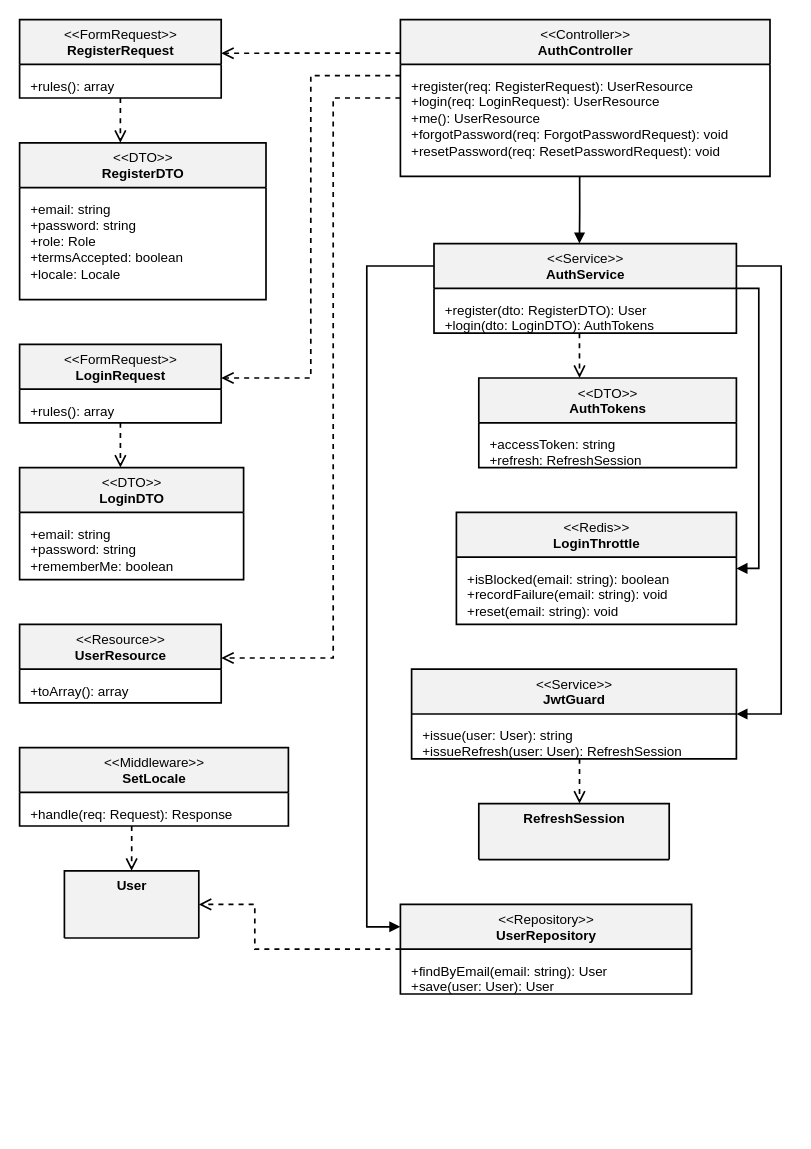
Earlier version of the draw.io diagram especificacao/diagramas/13-classes-area-a-implementacao-login.drawio (Plataforma-de-Cursos-TCC/plataforma-cursos-docs). Source tidied: cells renumbered, new cells numbered last; positions are measured from the earlier drawing's top-left corner, leaving out a move shared by most shapes. Both pictures are drawn from the tidied source at 112%, with x=0, y=0 at pixel (19, 19).
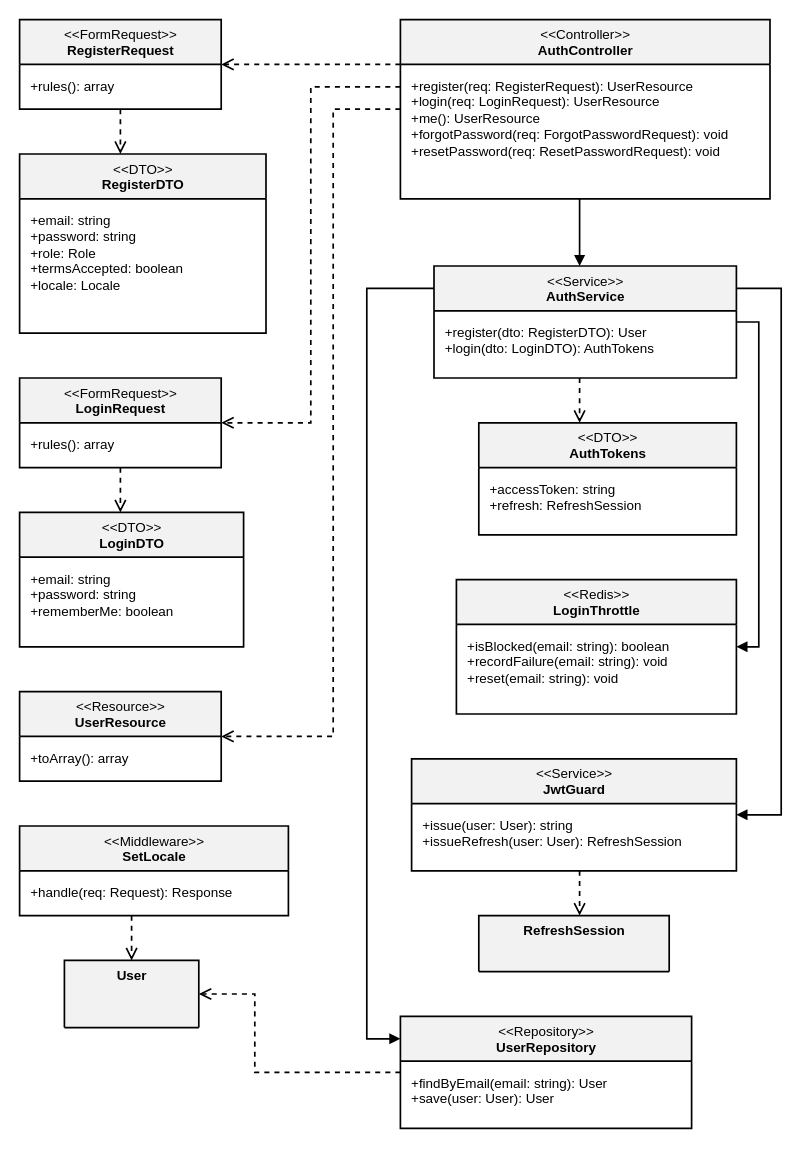
The same page after the edit.

Commit message (it also covers changes not shown here):
fix(classes): increase class compartment heights to avoid border clipping

Increase compartment heights across all classes (allocating 20 px per line
plus 10 px of breathing room) so that the bottom lines of methods and
attributes no longer touch or overlap the box bottom border. Re-route
orthogonal edge waypoints accordingly on the 10 px grid, preserving zero
line crossings and full text coincidence. Re-export the PNG from the
updated .drawio source.

Change to the diagram source:
```diff
@@
     <mxCell id="2" value="&amp;lt;&amp;lt;FormRequest&amp;gt;&amp;gt;&lt;br&gt;&lt;b&gt;RegisterRequest&lt;/b&gt;" style="swimlane;html=1;fontStyle=0;align=center;verticalAlign=top;startSize=40;fillColor=#F2F2F2;swimlaneFillColor=#FFFFFF;strokeColor=#000000;strokeWidth=1.5;fontFamily=Helvetica;fontSize=12;fontColor=#000000;rounded=0;" parent="1" vertex="1">
-      <mxGeometry width="180" height="70" as="geometry" />
+      <mxGeometry width="180" height="80" as="geometry" />
     </mxCell>
     <mxCell id="3" value="+rules(): array" style="text;html=1;align=left;verticalAlign=top;spacingLeft=8;spacingRight=8;spacingTop=6;fontSize=12;fontFamily=Helvetica;fontColor=#000000;strokeColor=none;fillColor=none;whiteSpace=wrap;" parent="2" vertex="1">
-      <mxGeometry y="40" width="180" height="30" as="geometry" />
+      <mxGeometry y="40" width="180" height="40" as="geometry" />
     </mxCell>
     <mxCell id="4" value="&amp;lt;&amp;lt;DTO&amp;gt;&amp;gt;&lt;br&gt;&lt;b&gt;RegisterDTO&lt;/b&gt;" style="swimlane;html=1;fontStyle=0;align=center;verticalAlign=top;startSize=40;fillColor=#F2F2F2;swimlaneFillColor=#FFFFFF;strokeColor=#000000;strokeWidth=1.5;fontFamily=Helvetica;fontSize=12;fontColor=#000000;rounded=0;" parent="1" vertex="1">
-      <mxGeometry y="110" width="220" height="140" as="geometry" />
+      <mxGeometry y="120" width="220" height="160" as="geometry" />
     </mxCell>
     <mxCell id="5" value="+email: string&lt;br&gt;+password: string&lt;br&gt;+role: Role&lt;br&gt;+termsAccepted: boolean&lt;br&gt;+locale: Locale" style="text;html=1;align=left;verticalAlign=top;spacingLeft=8;spacingRight=8;spacingTop=6;fontSize=12;fontFamily=Helvetica;fontColor=#000000;strokeColor=none;fillColor=none;whiteSpace=wrap;" parent="4" vertex="1">
-      <mxGeometry y="40" width="220" height="100" as="geometry" />
+      <mxGeometry y="40" width="220" height="120" as="geometry" />
     </mxCell>
     <mxCell id="6" value="&amp;lt;&amp;lt;FormRequest&amp;gt;&amp;gt;&lt;br&gt;&lt;b&gt;LoginRequest&lt;/b&gt;" style="swimlane;html=1;fontStyle=0;align=center;verticalAlign=top;startSize=40;fillColor=#F2F2F2;swimlaneFillColor=#FFFFFF;strokeColor=#000000;strokeWidth=1.5;fontFamily=Helvetica;fontSize=12;fontColor=#000000;rounded=0;" parent="1" vertex="1">
-      <mxGeometry y="290" width="180" height="70" as="geometry" />
+      <mxGeometry y="320" width="180" height="80" as="geometry" />
     </mxCell>
     <mxCell id="7" value="+rules(): array" style="text;html=1;align=left;verticalAlign=top;spacingLeft=8;spacingRight=8;spacingTop=6;fontSize=12;fontFamily=Helvetica;fontColor=#000000;strokeColor=none;fillColor=none;whiteSpace=wrap;" parent="6" vertex="1">
-      <mxGeometry y="40" width="180" height="30" as="geometry" />
+      <mxGeometry y="40" width="180" height="40" as="geometry" />
     </mxCell>
     <mxCell id="8" value="&amp;lt;&amp;lt;DTO&amp;gt;&amp;gt;&lt;br&gt;&lt;b&gt;LoginDTO&lt;/b&gt;" style="swimlane;html=1;fontStyle=0;align=center;verticalAlign=top;startSize=40;fillColor=#F2F2F2;swimlaneFillColor=#FFFFFF;strokeColor=#000000;strokeWidth=1.5;fontFamily=Helvetica;fontSize=12;fontColor=#000000;rounded=0;" parent="1" vertex="1">
-      <mxGeometry y="400" width="200" height="100" as="geometry" />
+      <mxGeometry y="440" width="200" height="120" as="geometry" />
     </mxCell>
     <mxCell id="9" value="+email: string&lt;br&gt;+password: string&lt;br&gt;+rememberMe: boolean" style="text;html=1;align=left;verticalAlign=top;spacingLeft=8;spacingRight=8;spacingTop=6;fontSize=12;fontFamily=Helvetica;fontColor=#000000;strokeColor=none;fillColor=none;whiteSpace=wrap;" parent="8" vertex="1">
-      <mxGeometry y="40" width="200" height="60" as="geometry" />
+      <mxGeometry y="40" width="200" height="80" as="geometry" />
     </mxCell>
     <mxCell id="10" value="&amp;lt;&amp;lt;Resource&amp;gt;&amp;gt;&lt;br&gt;&lt;b&gt;UserResource&lt;/b&gt;" style="swimlane;html=1;fontStyle=0;align=center;verticalAlign=top;startSize=40;fillColor=#F2F2F2;swimlaneFillColor=#FFFFFF;strokeColor=#000000;strokeWidth=1.5;fontFamily=Helvetica;fontSize=12;fontColor=#000000;rounded=0;" parent="1" vertex="1">
-      <mxGeometry y="540" width="180" height="70" as="geometry" />
+      <mxGeometry y="600" width="180" height="80" as="geometry" />
     </mxCell>
     <mxCell id="11" value="+toArray(): array" style="text;html=1;align=left;verticalAlign=top;spacingLeft=8;spacingRight=8;spacingTop=6;fontSize=12;fontFamily=Helvetica;fontColor=#000000;strokeColor=none;fillColor=none;whiteSpace=wrap;" parent="10" vertex="1">
-      <mxGeometry y="40" width="180" height="30" as="geometry" />
+      <mxGeometry y="40" width="180" height="40" as="geometry" />
     </mxCell>
     <mxCell id="12" value="&amp;lt;&amp;lt;Middleware&amp;gt;&amp;gt;&lt;br&gt;&lt;b&gt;SetLocale&lt;/b&gt;" style="swimlane;html=1;fontStyle=0;align=center;verticalAlign=top;startSize=40;fillColor=#F2F2F2;swimlaneFillColor=#FFFFFF;strokeColor=#000000;strokeWidth=1.5;fontFamily=Helvetica;fontSize=12;fontColor=#000000;rounded=0;" parent="1" vertex="1">
-      <mxGeometry y="650" width="240" height="70" as="geometry" />
+      <mxGeometry y="720" width="240" height="80" as="geometry" />
     </mxCell>
     <mxCell id="13" value="+handle(req: Request): Response" style="text;html=1;align=left;verticalAlign=top;spacingLeft=8;spacingRight=8;spacingTop=6;fontSize=12;fontFamily=Helvetica;fontColor=#000000;strokeColor=none;fillColor=none;whiteSpace=wrap;" parent="12" vertex="1">
-      <mxGeometry y="40" width="240" height="30" as="geometry" />
+      <mxGeometry y="40" width="240" height="40" as="geometry" />
     </mxCell>
     <mxCell id="14" value="&lt;b&gt;User&lt;/b&gt;" style="swimlane;html=1;fontStyle=0;align=center;verticalAlign=top;startSize=60;fillColor=#F2F2F2;swimlaneFillColor=#FFFFFF;strokeColor=#000000;strokeWidth=1.5;fontFamily=Helvetica;fontSize=12;fontColor=#000000;rounded=0;" parent="1" vertex="1">
-      <mxGeometry x="40" y="760" width="120" height="60" as="geometry" />
+      <mxGeometry x="40" y="840" width="120" height="60" as="geometry" />
     </mxCell>
     <mxCell id="15" value="&amp;lt;&amp;lt;Controller&amp;gt;&amp;gt;&lt;br&gt;&lt;b&gt;AuthController&lt;/b&gt;" style="swimlane;html=1;fontStyle=0;align=center;verticalAlign=top;startSize=40;fillColor=#F2F2F2;swimlaneFillColor=#FFFFFF;strokeColor=#000000;strokeWidth=1.5;fontFamily=Helvetica;fontSize=12;fontColor=#000000;rounded=0;" parent="1" vertex="1">
-      <mxGeometry x="340" width="330" height="140" as="geometry" />
+      <mxGeometry x="340" width="330" height="160" as="geometry" />
     </mxCell>
     <mxCell id="16" value="+register(req: RegisterRequest): UserResource&lt;br&gt;+login(req: LoginRequest): UserResource&lt;br&gt;+me(): UserResource&lt;br&gt;+forgotPassword(req: ForgotPasswordRequest): void&lt;br&gt;+resetPassword(req: ResetPasswordRequest): void" style="text;html=1;align=left;verticalAlign=top;spacingLeft=8;spacingRight=8;spacingTop=6;fontSize=12;fontFamily=Helvetica;fontColor=#000000;strokeColor=none;fillColor=none;whiteSpace=wrap;" parent="15" vertex="1">
-      <mxGeometry y="40" width="330" height="100" as="geometry" />
+      <mxGeometry y="40" width="330" height="120" as="geometry" />
     </mxCell>
     <mxCell id="17" value="&amp;lt;&amp;lt;Service&amp;gt;&amp;gt;&lt;br&gt;&lt;b&gt;AuthService&lt;/b&gt;" style="swimlane;html=1;fontStyle=0;align=center;verticalAlign=top;startSize=40;fillColor=#F2F2F2;swimlaneFillColor=#FFFFFF;strokeColor=#000000;strokeWidth=1.5;fontFamily=Helvetica;fontSize=12;fontColor=#000000;rounded=0;" parent="1" vertex="1">
-      <mxGeometry x="370" y="200" width="270" height="80" as="geometry" />
+      <mxGeometry x="370" y="220" width="270" height="100" as="geometry" />
     </mxCell>
     <mxCell id="18" value="+register(dto: RegisterDTO): User&lt;br&gt;+login(dto: LoginDTO): AuthTokens" style="text;html=1;align=left;verticalAlign=top;spacingLeft=8;spacingRight=8;spacingTop=6;fontSize=12;fontFamily=Helvetica;fontColor=#000000;strokeColor=none;fillColor=none;whiteSpace=wrap;" parent="17" vertex="1">
-      <mxGeometry y="40" width="270" height="40" as="geometry" />
+      <mxGeometry y="40" width="270" height="60" as="geometry" />
     </mxCell>
     <mxCell id="19" value="&amp;lt;&amp;lt;DTO&amp;gt;&amp;gt;&lt;br&gt;&lt;b&gt;AuthTokens&lt;/b&gt;" style="swimlane;html=1;fontStyle=0;align=center;verticalAlign=top;startSize=40;fillColor=#F2F2F2;swimlaneFillColor=#FFFFFF;strokeColor=#000000;strokeWidth=1.5;fontFamily=Helvetica;fontSize=12;fontColor=#000000;rounded=0;" parent="1" vertex="1">
-      <mxGeometry x="410" y="320" width="230" height="80" as="geometry" />
+      <mxGeometry x="410" y="360" width="230" height="100" as="geometry" />
     </mxCell>
     <mxCell id="20" value="+accessToken: string&lt;br&gt;+refresh: RefreshSession" style="text;html=1;align=left;verticalAlign=top;spacingLeft=8;spacingRight=8;spacingTop=6;fontSize=12;fontFamily=Helvetica;fontColor=#000000;strokeColor=none;fillColor=none;whiteSpace=wrap;" parent="19" vertex="1">
-      <mxGeometry y="40" width="230" height="40" as="geometry" />
+      <mxGeometry y="40" width="230" height="60" as="geometry" />
     </mxCell>
     <mxCell id="21" value="&amp;lt;&amp;lt;Redis&amp;gt;&amp;gt;&lt;br&gt;&lt;b&gt;LoginThrottle&lt;/b&gt;" style="swimlane;html=1;fontStyle=0;align=center;verticalAlign=top;startSize=40;fillColor=#F2F2F2;swimlaneFillColor=#FFFFFF;strokeColor=#000000;strokeWidth=1.5;fontFamily=Helvetica;fontSize=12;fontColor=#000000;rounded=0;" parent="1" vertex="1">
-      <mxGeometry x="390" y="440" width="250" height="100" as="geometry" />
+      <mxGeometry x="390" y="500" width="250" height="120" as="geometry" />
     </mxCell>
     <mxCell id="22" value="+isBlocked(email: string): boolean&lt;br&gt;+recordFailure(email: string): void&lt;br&gt;+reset(email: string): void" style="text;html=1;align=left;verticalAlign=top;spacingLeft=8;spacingRight=8;spacingTop=6;fontSize=12;fontFamily=Helvetica;fontColor=#000000;strokeColor=none;fillColor=none;whiteSpace=wrap;" parent="21" vertex="1">
-      <mxGeometry y="40" width="250" height="60" as="geometry" />
+      <mxGeometry y="40" width="250" height="80" as="geometry" />
     </mxCell>
     <mxCell id="23" value="&amp;lt;&amp;lt;Service&amp;gt;&amp;gt;&lt;br&gt;&lt;b&gt;JwtGuard&lt;/b&gt;" style="swimlane;html=1;fontStyle=0;align=center;verticalAlign=top;startSize=40;fillColor=#F2F2F2;swimlaneFillColor=#FFFFFF;strokeColor=#000000;strokeWidth=1.5;fontFamily=Helvetica;fontSize=12;fontColor=#000000;rounded=0;" parent="1" vertex="1">
-      <mxGeometry x="350" y="580" width="290" height="80" as="geometry" />
+      <mxGeometry x="350" y="660" width="290" height="100" as="geometry" />
     </mxCell>
     <mxCell id="24" value="+issue(user: User): string&lt;br&gt;+issueRefresh(user: User): RefreshSession" style="text;html=1;align=left;verticalAlign=top;spacingLeft=8;spacingRight=8;spacingTop=6;fontSize=12;fontFamily=Helvetica;fontColor=#000000;strokeColor=none;fillColor=none;whiteSpace=wrap;" parent="23" vertex="1">
-      <mxGeometry y="40" width="290" height="40" as="geometry" />
+      <mxGeometry y="40" width="290" height="60" as="geometry" />
     </mxCell>
     <mxCell id="25" value="&lt;b&gt;RefreshSession&lt;/b&gt;" style="swimlane;html=1;fontStyle=0;align=center;verticalAlign=top;startSize=50;fillColor=#F2F2F2;swimlaneFillColor=#FFFFFF;strokeColor=#000000;strokeWidth=1.5;fontFamily=Helvetica;fontSize=12;fontColor=#000000;rounded=0;" parent="1" vertex="1">
-      <mxGeometry x="410" y="700" width="170" height="50" as="geometry" />
+      <mxGeometry x="410" y="800" width="170" height="50" as="geometry" />
     </mxCell>
     <mxCell id="26" value="&amp;lt;&amp;lt;Repository&amp;gt;&amp;gt;&lt;br&gt;&lt;b&gt;UserRepository&lt;/b&gt;" style="swimlane;html=1;fontStyle=0;align=center;verticalAlign=top;startSize=40;fillColor=#F2F2F2;swimlaneFillColor=#FFFFFF;strokeColor=#000000;strokeWidth=1.5;fontFamily=Helvetica;fontSize=12;fontColor=#000000;rounded=0;" parent="1" vertex="1">
-      <mxGeometry x="340" y="790" width="260" height="80" as="geometry" />
+      <mxGeometry x="340" y="890" width="260" height="100" as="geometry" />
     </mxCell>
     <mxCell id="27" value="+findByEmail(email: string): User&lt;br&gt;+save(user: User): User" style="text;html=1;align=left;verticalAlign=top;spacingLeft=8;spacingRight=8;spacingTop=6;fontSize=12;fontFamily=Helvetica;fontColor=#000000;strokeColor=none;fillColor=none;whiteSpace=wrap;" parent="26" vertex="1">
-      <mxGeometry y="40" width="260" height="40" as="geometry" />
+      <mxGeometry y="40" width="260" height="60" as="geometry" />
     </mxCell>
-    <mxCell id="28" style="edgeStyle=orthogonalEdgeStyle;rounded=0;jettySize=auto;html=1;dashed=1;strokeColor=#000000;strokeWidth=1.5;endArrow=open;endSize=8;fontFamily=Helvetica;fontSize=12;exitX=0;exitY=0.214;entryX=1;entryY=0.429;" parent="1" edge="1" source="15" target="2">
+    <mxCell id="28" style="edgeStyle=orthogonalEdgeStyle;rounded=0;jettySize=auto;html=1;dashed=1;strokeColor=#000000;strokeWidth=1.5;endArrow=open;endSize=8;fontFamily=Helvetica;fontSize=12;exitX=0;exitY=0.25;entryX=1;entryY=0.5;" parent="1" edge="1" source="15" target="2">
       <mxGeometry relative="1" as="geometry" />
     </mxCell>
-    <mxCell id="29" style="edgeStyle=orthogonalEdgeStyle;rounded=0;jettySize=auto;html=1;dashed=1;strokeColor=#000000;strokeWidth=1.5;endArrow=open;endSize=8;fontFamily=Helvetica;fontSize=12;exitX=0.5;exitY=1;entryX=0.409;entryY=0;" parent="1" edge="1" source="2" target="4">
+    <mxCell id="29" style="edgeStyle=orthogonalEdgeStyle;rounded=0;jettySize=auto;html=1;dashed=1;strokeColor=#000000;strokeWidth=1.5;endArrow=open;endSize=8;fontFamily=Helvetica;fontSize=12;exitX=0.5;exitY=1;entryX=0.4090909090909091;entryY=0;" parent="1" edge="1" source="2" target="4">
       <mxGeometry relative="1" as="geometry" />
     </mxCell>
-    <mxCell id="30" style="edgeStyle=orthogonalEdgeStyle;rounded=0;jettySize=auto;html=1;dashed=1;strokeColor=#000000;strokeWidth=1.5;endArrow=open;endSize=8;fontFamily=Helvetica;fontSize=12;exitX=0;exitY=0.357;entryX=1;entryY=0.429;" parent="1" edge="1" source="15" target="6">
+    <mxCell id="30" style="edgeStyle=orthogonalEdgeStyle;rounded=0;jettySize=auto;html=1;dashed=1;strokeColor=#000000;strokeWidth=1.5;endArrow=open;endSize=8;fontFamily=Helvetica;fontSize=12;exitX=0;exitY=0.375;entryX=1;entryY=0.5;" parent="1" edge="1" source="15" target="6">
       <mxGeometry relative="1" as="geometry">
         <Array as="points">
-          <mxPoint x="260" y="50" />
-          <mxPoint x="260" y="320" />
+          <mxPoint x="260" y="60" />
+          <mxPoint x="260" y="360" />
         </Array>
       </mxGeometry>
     </mxCell>
@@
-    <mxCell id="32" style="edgeStyle=orthogonalEdgeStyle;rounded=0;jettySize=auto;html=1;dashed=1;strokeColor=#000000;strokeWidth=1.5;endArrow=open;endSize=8;fontFamily=Helvetica;fontSize=12;exitX=0;exitY=0.5;entryX=1;entryY=0.429;" parent="1" edge="1" source="15" target="10">
+    <mxCell id="32" style="edgeStyle=orthogonalEdgeStyle;rounded=0;jettySize=auto;html=1;dashed=1;strokeColor=#000000;strokeWidth=1.5;endArrow=open;endSize=8;fontFamily=Helvetica;fontSize=12;exitX=0;exitY=0.5;entryX=1;entryY=0.5;" parent="1" edge="1" source="15" target="10">
       <mxGeometry relative="1" as="geometry">
         <Array as="points">
-          <mxPoint x="280" y="70" />
-          <mxPoint x="280" y="570" />
+          <mxPoint x="280" y="80" />
+          <mxPoint x="280" y="640" />
         </Array>
       </mxGeometry>
     </mxCell>
-    <mxCell id="33" style="edgeStyle=orthogonalEdgeStyle;rounded=0;jettySize=auto;html=1;strokeColor=#000000;strokeWidth=1.5;endArrow=block;endFill=1;endSize=6;fontFamily=Helvetica;fontSize=12;exitX=0.485;exitY=1;entryX=0.481;entryY=0;" parent="1" edge="1" source="15" target="17">
+    <mxCell id="33" style="edgeStyle=orthogonalEdgeStyle;rounded=0;jettySize=auto;html=1;strokeColor=#000000;strokeWidth=1.5;endArrow=block;endFill=1;endSize=6;fontFamily=Helvetica;fontSize=12;exitX=0.48484848484848486;exitY=1;entryX=0.48148148148148145;entryY=0;" parent="1" edge="1" source="15" target="17">
       <mxGeometry relative="1" as="geometry" />
     </mxCell>
-    <mxCell id="34" style="edgeStyle=orthogonalEdgeStyle;rounded=0;jettySize=auto;html=1;dashed=1;strokeColor=#000000;strokeWidth=1.5;endArrow=open;endSize=8;fontFamily=Helvetica;fontSize=12;exitX=0.481;exitY=1;entryX=0.391;entryY=0;" parent="1" edge="1" source="17" target="19">
+    <mxCell id="34" style="edgeStyle=orthogonalEdgeStyle;rounded=0;jettySize=auto;html=1;dashed=1;strokeColor=#000000;strokeWidth=1.5;endArrow=open;endSize=8;fontFamily=Helvetica;fontSize=12;exitX=0.48148148148148145;exitY=1;entryX=0.391304347826087;entryY=0;" parent="1" edge="1" source="17" target="19">
       <mxGeometry relative="1" as="geometry" />
     </mxCell>
     <mxCell id="35" style="edgeStyle=orthogonalEdgeStyle;rounded=0;jettySize=auto;html=1;strokeColor=#000000;strokeWidth=1.5;endArrow=block;endFill=1;endSize=6;fontFamily=Helvetica;fontSize=12;exitX=1;exitY=0.5;entryX=1;entryY=0.5;" parent="1" edge="1" source="17" target="21">
       <mxGeometry relative="1" as="geometry">
         <Array as="points">
-          <mxPoint x="660" y="240" />
-          <mxPoint x="660" y="490" />
+          <mxPoint x="660" y="270" />
+          <mxPoint x="660" y="560" />
         </Array>
       </mxGeometry>
     </mxCell>
-    <mxCell id="36" style="edgeStyle=orthogonalEdgeStyle;rounded=0;jettySize=auto;html=1;strokeColor=#000000;strokeWidth=1.5;endArrow=block;endFill=1;endSize=6;fontFamily=Helvetica;fontSize=12;exitX=1;exitY=0.25;entryX=1;entryY=0.5;" parent="1" edge="1" source="17" target="23">
+    <mxCell id="36" style="edgeStyle=orthogonalEdgeStyle;rounded=0;jettySize=auto;html=1;strokeColor=#000000;strokeWidth=1.5;endArrow=block;endFill=1;endSize=6;fontFamily=Helvetica;fontSize=12;exitX=1;exitY=0.2;entryX=1;entryY=0.5;" parent="1" edge="1" source="17" target="23">
       <mxGeometry relative="1" as="geometry">
         <Array as="points">
-          <mxPoint x="680" y="220" />
-          <mxPoint x="680" y="620" />
+          <mxPoint x="680" y="240" />
+          <mxPoint x="680" y="710" />
         </Array>
       </mxGeometry>
     </mxCell>
-    <mxCell id="37" style="edgeStyle=orthogonalEdgeStyle;rounded=0;jettySize=auto;html=1;dashed=1;strokeColor=#000000;strokeWidth=1.5;endArrow=open;endSize=8;fontFamily=Helvetica;fontSize=12;exitX=0.517;exitY=1;entryX=0.529;entryY=0;" parent="1" edge="1" source="23" target="25">
+    <mxCell id="37" style="edgeStyle=orthogonalEdgeStyle;rounded=0;jettySize=auto;html=1;dashed=1;strokeColor=#000000;strokeWidth=1.5;endArrow=open;endSize=8;fontFamily=Helvetica;fontSize=12;exitX=0.5172413793103448;exitY=1;entryX=0.5294117647058824;entryY=0;" parent="1" edge="1" source="23" target="25">
       <mxGeometry relative="1" as="geometry" />
     </mxCell>
-    <mxCell id="38" style="edgeStyle=orthogonalEdgeStyle;rounded=0;jettySize=auto;html=1;strokeColor=#000000;strokeWidth=1.5;endArrow=block;endFill=1;endSize=6;fontFamily=Helvetica;fontSize=12;exitX=0;exitY=0.25;entryX=0;entryY=0.25;" parent="1" edge="1" source="17" target="26">
+    <mxCell id="38" style="edgeStyle=orthogonalEdgeStyle;rounded=0;jettySize=auto;html=1;strokeColor=#000000;strokeWidth=1.5;endArrow=block;endFill=1;endSize=6;fontFamily=Helvetica;fontSize=12;exitX=0;exitY=0.2;entryX=0;entryY=0.2;" parent="1" edge="1" source="17" target="26">
       <mxGeometry relative="1" as="geometry">
         <Array as="points">
-          <mxPoint x="310" y="220" />
-          <mxPoint x="310" y="810" />
+          <mxPoint x="310" y="240" />
+          <mxPoint x="310" y="910" />
         </Array>
       </mxGeometry>
     </mxCell>
     <mxCell id="39" style="edgeStyle=orthogonalEdgeStyle;rounded=0;jettySize=auto;html=1;dashed=1;strokeColor=#000000;strokeWidth=1.5;endArrow=open;endSize=8;fontFamily=Helvetica;fontSize=12;exitX=0;exitY=0.5;entryX=1;entryY=0.5;" parent="1" edge="1" source="26" target="14">
       <mxGeometry relative="1" as="geometry">
         <Array as="points">
-          <mxPoint x="210" y="830" />
-          <mxPoint x="210" y="790" />
+          <mxPoint x="210" y="940" />
+          <mxPoint x="210" y="870" />
         </Array>
       </mxGeometry>
     </mxCell>
-    <mxCell id="40" style="edgeStyle=orthogonalEdgeStyle;rounded=0;jettySize=auto;html=1;dashed=1;strokeColor=#000000;strokeWidth=1.5;endArrow=open;endSize=8;fontFamily=Helvetica;fontSize=12;exitX=0.417;exitY=1;entryX=0.5;entryY=0;" parent="1" edge="1" source="12" target="14">
+    <mxCell id="40" style="edgeStyle=orthogonalEdgeStyle;rounded=0;jettySize=auto;html=1;dashed=1;strokeColor=#000000;strokeWidth=1.5;endArrow=open;endSize=8;fontFamily=Helvetica;fontSize=12;exitX=0.4166666666666667;exitY=1;entryX=0.5;entryY=0;" parent="1" edge="1" source="12" target="14">
       <mxGeometry relative="1" as="geometry" />
     </mxCell>
```
